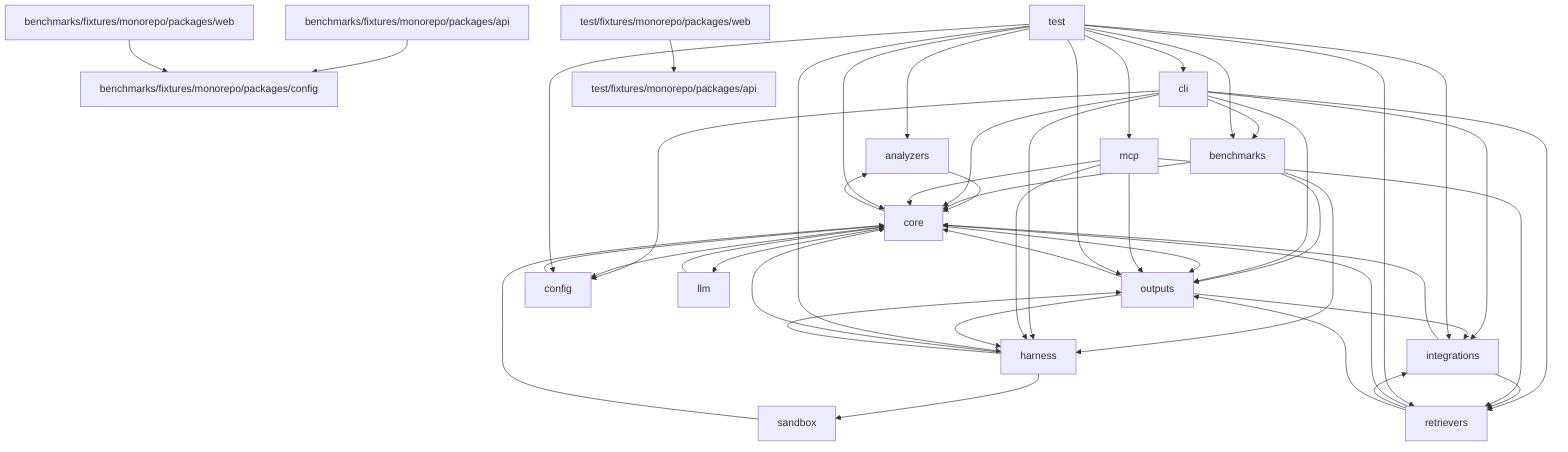
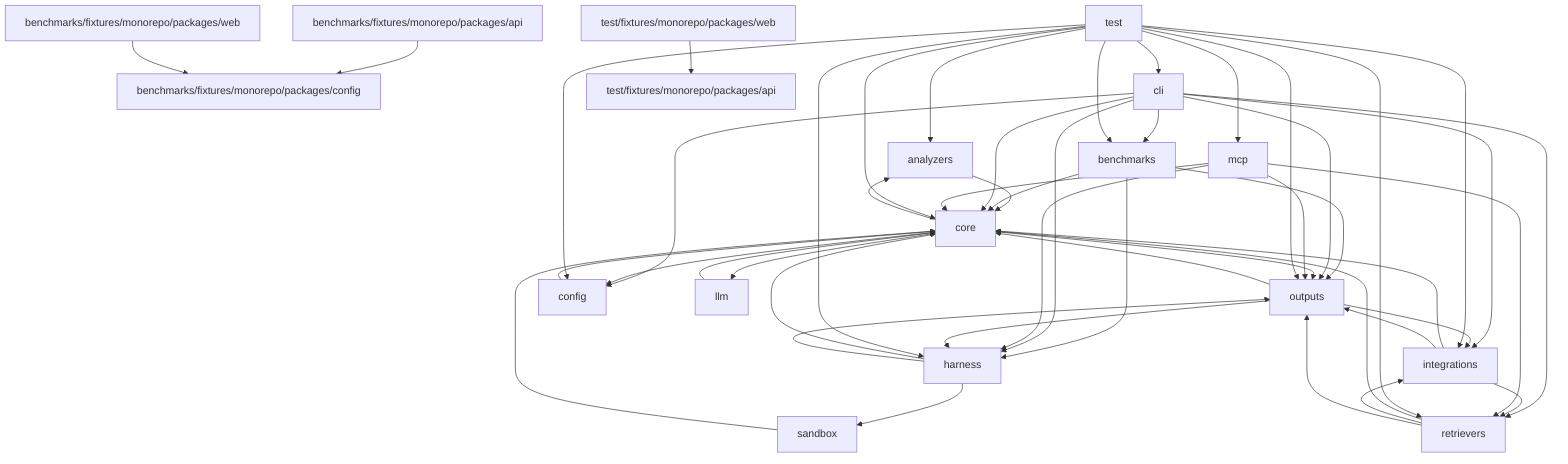
graph TD
  analyzers["analyzers"] --> core["core"]
  benchmarks["benchmarks"] --> core["core"]
  benchmarks["benchmarks"] --> harness["harness"]
  benchmarks["benchmarks"] --> outputs["outputs"]
  benchmarks_fixtures_monorepo_packages_api["benchmarks/fixtures/monorepo/packages/api"] --> benchmarks_fixtures_monorepo_packages_config["benchmarks/fixtures/monorepo/packages/config"]
  benchmarks_fixtures_monorepo_packages_web["benchmarks/fixtures/monorepo/packages/web"] --> benchmarks_fixtures_monorepo_packages_config["benchmarks/fixtures/monorepo/packages/config"]
  cli["cli"] --> benchmarks["benchmarks"]
  cli["cli"] --> config["config"]
  cli["cli"] --> core["core"]
  cli["cli"] --> harness["harness"]
  cli["cli"] --> integrations["integrations"]
  cli["cli"] --> outputs["outputs"]
  cli["cli"] --> retrievers["retrievers"]
  config["config"] --> core["core"]
  core["core"] --> analyzers["analyzers"]
  core["core"] --> config["config"]
  core["core"] --> llm["llm"]
  core["core"] --> outputs["outputs"]
  harness["harness"] --> core["core"]
  harness["harness"] --> outputs["outputs"]
  harness["harness"] --> sandbox["sandbox"]
  integrations["integrations"] --> core["core"]
+   integrations["integrations"] --> outputs["outputs"]
  integrations["integrations"] --> retrievers["retrievers"]
  llm["llm"] --> core["core"]
  mcp["mcp"] --> core["core"]
  mcp["mcp"] --> harness["harness"]
  mcp["mcp"] --> outputs["outputs"]
  mcp["mcp"] --> retrievers["retrievers"]
  outputs["outputs"] --> core["core"]
  outputs["outputs"] --> harness["harness"]
  outputs["outputs"] --> integrations["integrations"]
  retrievers["retrievers"] --> core["core"]
  retrievers["retrievers"] --> integrations["integrations"]
  retrievers["retrievers"] --> outputs["outputs"]
  sandbox["sandbox"] --> core["core"]
  test["test"] --> analyzers["analyzers"]
  test["test"] --> benchmarks["benchmarks"]
  test["test"] --> cli["cli"]
  test["test"] --> config["config"]
  test["test"] --> core["core"]
  test["test"] --> harness["harness"]
  test["test"] --> integrations["integrations"]
  test["test"] --> mcp["mcp"]
  test["test"] --> outputs["outputs"]
  test["test"] --> retrievers["retrievers"]
  test_fixtures_monorepo_packages_web["test/fixtures/monorepo/packages/web"] --> test_fixtures_monorepo_packages_api["test/fixtures/monorepo/packages/api"]
